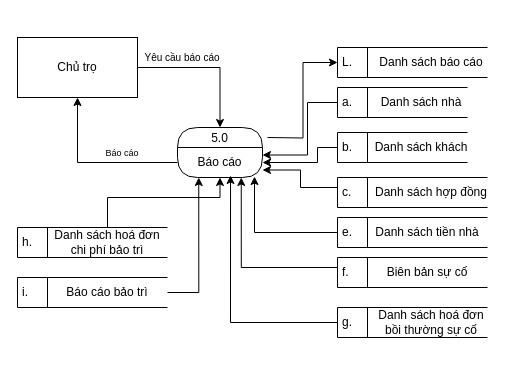
Above: Phân tích thiết kế hệ thống/Tuan4_5/draw.io file/BaoCao.drawio in Nguyeniris123/DH22IT01OU (draw.io), before the change. Source tidied: cells renumbered, new cells numbered last; positions are measured from the earlier drawing's top-left corner, leaving out a move shared by most shapes. Both pictures are drawn from the tidied source at 100%, with x=0, y=0 at pixel (17, 37).
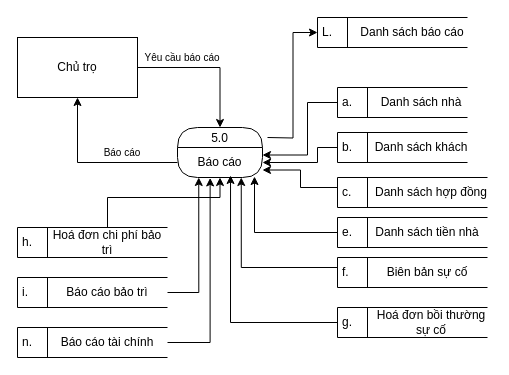
After the change.

The change refers to these unchanged cells:
```xml
<mxCell id="5" value="Báo cáo" style="text;html=1;align=center;verticalAlign=middle;whiteSpace=wrap;rounded=0;" parent="4" vertex="1">
  <mxGeometry y="20" width="85" height="30" as="geometry" />
</mxCell>
```

Diff of the diagram source:
```diff
@@
-    <mxCell id="7" value="&lt;font style=&quot;font-size: 9px;&quot;&gt;Báo cáo&lt;/font&gt;" style="text;html=1;align=center;verticalAlign=middle;whiteSpace=wrap;rounded=0;" parent="1" vertex="1">
+    <mxCell id="7" value="&lt;font style=&quot;font-size: 10px;&quot;&gt;Báo cáo&lt;/font&gt;" style="text;html=1;align=center;verticalAlign=middle;whiteSpace=wrap;rounded=0;" parent="1" vertex="1">
       <mxGeometry x="60" y="105" width="90" height="20" as="geometry" />
     </mxCell>
@@
     <mxCell id="9" value="L." style="html=1;dashed=0;whiteSpace=wrap;shape=mxgraph.dfd.dataStoreID;align=left;spacingLeft=3;points=[[0,0],[0.5,0],[1,0],[0,0.5],[1,0.5],[0,1],[0.5,1],[1,1]];" parent="1" vertex="1">
-      <mxGeometry x="320" y="10" width="150" height="30" as="geometry" />
+      <mxGeometry x="300" y="-20" width="150" height="30" as="geometry" />
     </mxCell>
     <mxCell id="10" value="Danh sách báo cáo" style="text;html=1;align=center;verticalAlign=middle;whiteSpace=wrap;rounded=0;" parent="1" vertex="1">
-      <mxGeometry x="360" y="10" width="107.5" height="30" as="geometry" />
+      <mxGeometry x="341.2" y="-20" width="107.5" height="30" as="geometry" />
     </mxCell>
@@
-    <mxCell id="27" value="Danh sách hoá đơn bồi thường sự cố" style="text;html=1;align=center;verticalAlign=middle;whiteSpace=wrap;rounded=0;" parent="1" vertex="1">
+    <mxCell id="27" value="Hoá đơn bồi thường sự cố" style="text;html=1;align=center;verticalAlign=middle;whiteSpace=wrap;rounded=0;" parent="1" vertex="1">
       <mxGeometry x="353.8" y="270" width="120" height="30" as="geometry" />
     </mxCell>
@@
-    <mxCell id="30" value="Danh sách hoá đơn chi phí bảo trì" style="text;html=1;align=center;verticalAlign=middle;whiteSpace=wrap;rounded=0;" parent="1" vertex="1">
+    <mxCell id="30" value="Hoá đơn chi phí bảo trì" style="text;html=1;align=center;verticalAlign=middle;whiteSpace=wrap;rounded=0;" parent="1" vertex="1">
       <mxGeometry x="30" y="190" width="120" height="30" as="geometry" />
     </mxCell>
@@
+    <mxCell id="36" value="n." style="html=1;dashed=0;whiteSpace=wrap;shape=mxgraph.dfd.dataStoreID;align=left;spacingLeft=3;points=[[0,0],[0.5,0],[1,0],[0,0.5],[1,0.5],[0,1],[0.5,1],[1,1]];" parent="1" vertex="1">
+      <mxGeometry y="290" width="150" height="30" as="geometry" />
+    </mxCell>
+    <mxCell id="37" value="Báo cáo tài chính" style="text;html=1;align=center;verticalAlign=middle;whiteSpace=wrap;rounded=0;" parent="1" vertex="1">
+      <mxGeometry x="30" y="290" width="120" height="30" as="geometry" />
+    </mxCell>
+    <mxCell id="38" style="edgeStyle=orthogonalEdgeStyle;rounded=0;jettySize=auto;html=1;entryX=0.384;entryY=1.015;entryDx=0;entryDy=0;entryPerimeter=0;" parent="1" edge="1" source="36" target="5">
+      <mxGeometry relative="1" as="geometry" />
+    </mxCell>
```
